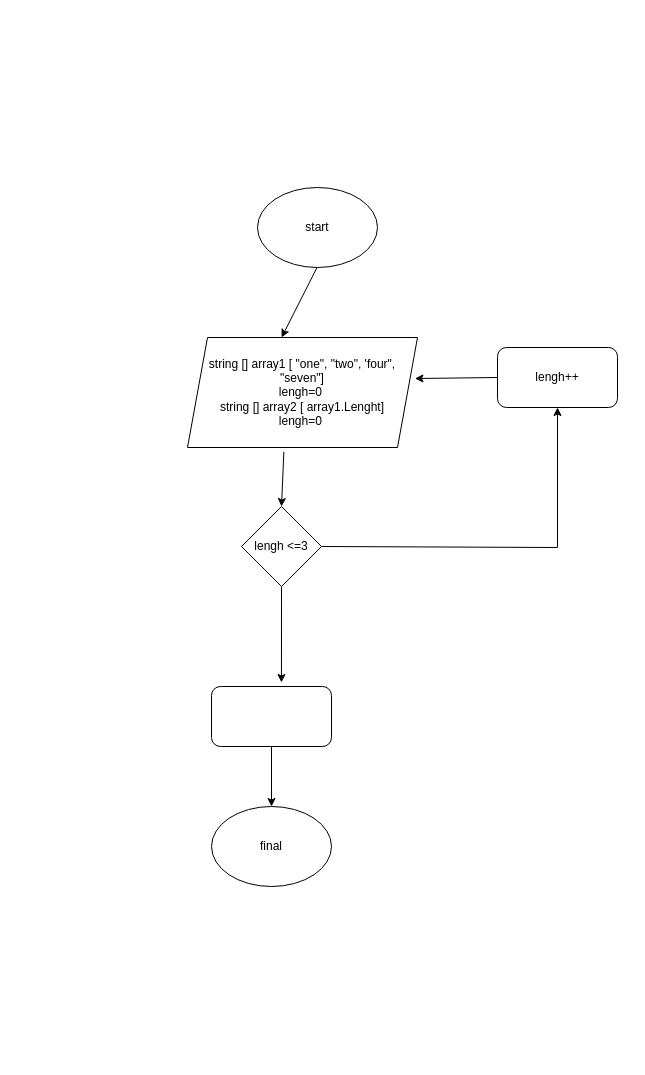
Earlier version of the draw.io diagram flowcharts.drawio (Sh-Konstantin/contr). Source tidied: cells renumbered, new cells numbered last; positions are measured from the earlier drawing's top-left corner, leaving out a move shared by most shapes. Both pictures are drawn from the tidied source at 100%, with x=0, y=0 at pixel (187, 187).
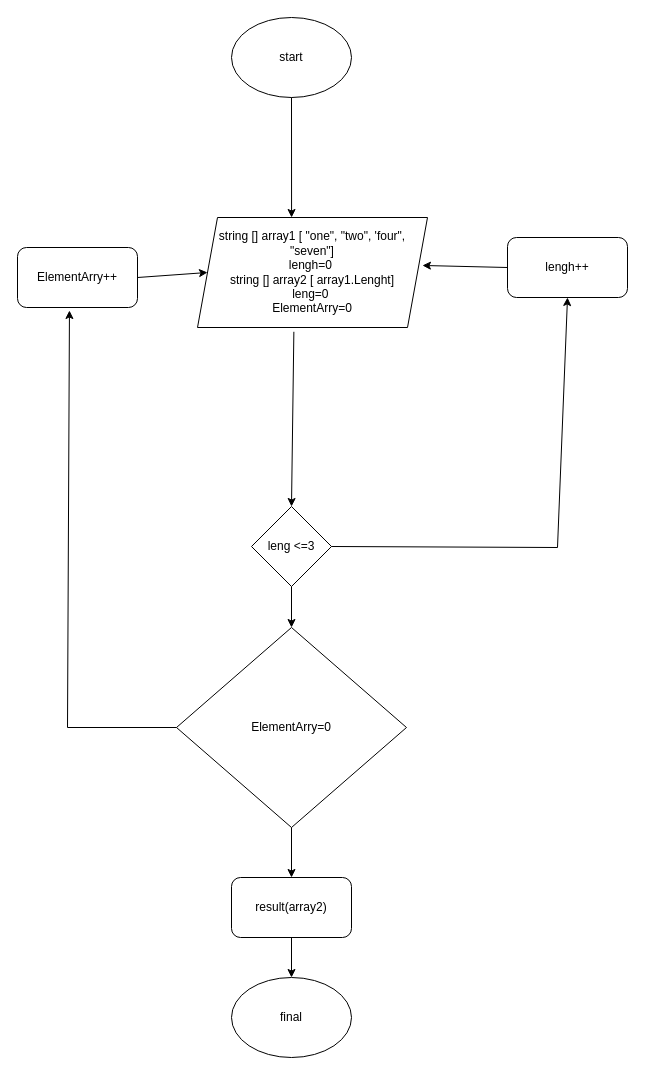
Above is the later version.

Diff of the diagram source:
```diff
@@
     <mxCell id="2" value="start" style="ellipse;whiteSpace=wrap;html=1;" parent="1" vertex="1">
-      <mxGeometry x="70" width="120" height="80" as="geometry" />
+      <mxGeometry x="44" y="-170" width="120" height="80" as="geometry" />
     </mxCell>
-    <mxCell id="3" value="string [] array1 [ &quot;one&quot;, &quot;two&quot;, 'four&quot;, &quot;seven&quot;]&lt;br&gt;lengh=0&amp;nbsp;&lt;br&gt;string [] array2 [ array1.Lenght]&lt;br&gt;lengh=0&amp;nbsp;" style="shape=parallelogram;perimeter=parallelogramPerimeter;whiteSpace=wrap;html=1;fixedSize=1;" parent="1" vertex="1">
-      <mxGeometry y="150" width="230" height="110" as="geometry" />
+    <mxCell id="3" value="string [] array1 [ &quot;one&quot;, &quot;two&quot;, 'four&quot;, &quot;seven&quot;]&lt;br&gt;lengh=0&amp;nbsp;&lt;br&gt;string [] array2 [ array1.Lenght]&lt;br&gt;leng=0&amp;nbsp;&lt;br&gt;ElementArry=0" style="shape=parallelogram;perimeter=parallelogramPerimeter;whiteSpace=wrap;html=1;fixedSize=1;" parent="1" vertex="1">
+      <mxGeometry x="10" y="30" width="230" height="110" as="geometry" />
     </mxCell>
-    <mxCell id="4" value="lengh &amp;lt;=3" style="rhombus;whiteSpace=wrap;html=1;" parent="1" vertex="1">
-      <mxGeometry x="54" y="319" width="80" height="80" as="geometry" />
+    <mxCell id="4" value="leng &amp;lt;=3" style="rhombus;whiteSpace=wrap;html=1;" parent="1" vertex="1">
+      <mxGeometry x="64" y="319" width="80" height="80" as="geometry" />
     </mxCell>
-    <mxCell id="5" style="rounded=1;whiteSpace=wrap;html=1;" parent="1" vertex="1">
-      <mxGeometry x="24" y="499" width="120" height="60" as="geometry" />
+    <mxCell id="5" value="result(array2)" style="rounded=1;whiteSpace=wrap;html=1;" parent="1" vertex="1">
+      <mxGeometry x="44" y="690" width="120" height="60" as="geometry" />
     </mxCell>
     <mxCell id="6" value="final" style="ellipse;whiteSpace=wrap;html=1;" parent="1" vertex="1">
-      <mxGeometry x="24" y="619" width="120" height="80" as="geometry" />
+      <mxGeometry x="44" y="790" width="120" height="80" as="geometry" />
     </mxCell>
     <mxCell id="7" value="lengh++" style="rounded=1;whiteSpace=wrap;html=1;" parent="1" vertex="1">
-      <mxGeometry x="310" y="160" width="120" height="60" as="geometry" />
+      <mxGeometry x="320" y="50" width="120" height="60" as="geometry" />
     </mxCell>
@@
-    <mxCell id="9" style="endArrow=classic;html=1;rounded=0;exitX=0;exitY=0.5;exitDx=0;exitDy=0;entryX=0.989;entryY=0.373;entryDx=0;entryDy=0;entryPerimeter=0;" parent="1" edge="1" source="7" target="3">
+    <mxCell id="9" style="endArrow=classic;html=1;rounded=0;exitX=0;exitY=0.5;exitDx=0;exitDy=0;entryX=0.978;entryY=0.436;entryDx=0;entryDy=0;entryPerimeter=0;" parent="1" edge="1" source="7" target="3">
       <mxGeometry relative="1" as="geometry" />
     </mxCell>
@@
-    <mxCell id="11" style="endArrow=classic;html=1;rounded=0;exitX=0.5;exitY=1;exitDx=0;exitDy=0;entryX=0.583;entryY=-0.067;entryDx=0;entryDy=0;entryPerimeter=0;" parent="1" edge="1" source="4" target="5">
+    <mxCell id="11" style="endArrow=classic;html=1;rounded=0;exitX=0.5;exitY=1;exitDx=0;exitDy=0;entryX=0.5;entryY=0;entryDx=0;entryDy=0;" parent="1" edge="1" source="4" target="14">
       <mxGeometry relative="1" as="geometry" />
     </mxCell>
@@
-    <mxCell id="13" style="endArrow=classic;html=1;rounded=0;entryX=0.409;entryY=0;entryDx=0;entryDy=0;entryPerimeter=0;" parent="1" edge="1" target="3">
-      <mxGeometry relative="1" as="geometry">
-        <mxPoint x="129.5" y="80" as="sourcePoint" />
-      </mxGeometry>
+    <mxCell id="13" style="endArrow=classic;html=1;rounded=0;entryX=0.409;entryY=0;entryDx=0;entryDy=0;entryPerimeter=0;exitX=0.5;exitY=1;exitDx=0;exitDy=0;" parent="1" edge="1" source="2" target="3">
+      <mxGeometry relative="1" as="geometry" />
     </mxCell>
+    <mxCell id="14" value="ElementArry=0" style="rhombus;whiteSpace=wrap;html=1;" parent="1" vertex="1">
+      <mxGeometry x="-11" y="440" width="230" height="200" as="geometry" />
+    </mxCell>
+    <mxCell id="15" value="ElementArry++" style="rounded=1;whiteSpace=wrap;html=1;" parent="1" vertex="1">
+      <mxGeometry x="-170" y="60" width="120" height="60" as="geometry" />
+    </mxCell>
+    <mxCell id="16" style="endArrow=classic;html=1;rounded=0;exitX=0;exitY=0.5;exitDx=0;exitDy=0;entryX=0.433;entryY=1.05;entryDx=0;entryDy=0;entryPerimeter=0;" parent="1" edge="1" source="14" target="15">
+      <mxGeometry relative="1" as="geometry">
+        <Array as="points">
+          <mxPoint x="-120" y="540" />
+        </Array>
+      </mxGeometry>
+    </mxCell>
+    <mxCell id="17" style="endArrow=classic;html=1;rounded=0;exitX=0.5;exitY=1;exitDx=0;exitDy=0;entryX=0.5;entryY=0;entryDx=0;entryDy=0;" parent="1" edge="1" source="14" target="5">
+      <mxGeometry relative="1" as="geometry" />
+    </mxCell>
+    <mxCell id="18" style="endArrow=classic;html=1;rounded=0;exitX=1;exitY=0.5;exitDx=0;exitDy=0;entryX=0;entryY=0.5;entryDx=0;entryDy=0;" parent="1" edge="1" source="15" target="3">
+      <mxGeometry relative="1" as="geometry" />
+    </mxCell>
```
